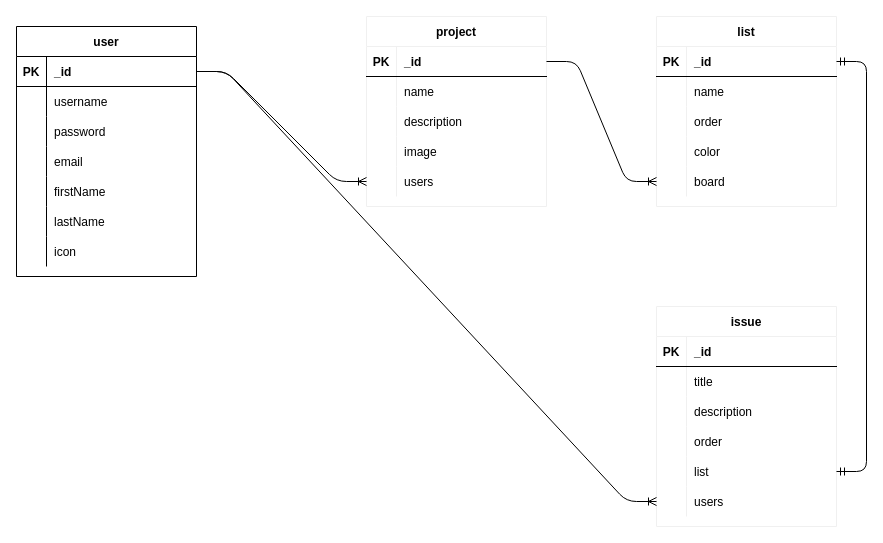
This is backend/database.drawio from Victin09/vira-project-manager, a draw.io file, before an edit. Source tidied: cells renumbered, new cells numbered last; positions are measured from the earlier drawing's top-left corner, leaving out a move shared by most shapes. Both pictures are drawn from the tidied source at 100%, with x=0, y=0 at pixel (16, 16).
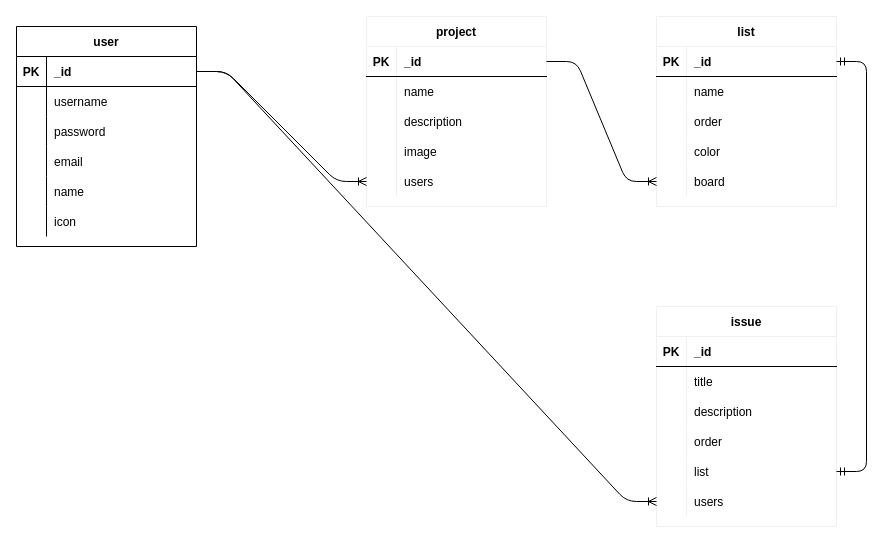
The same diagram, later.

Change to the diagram source:
```diff
@@
     <mxCell id="2" value="user" style="shape=table;startSize=30;childLayout=tableLayout;rowLines=0;fontStyle=1;align=center;" parent="1" vertex="1">
-      <mxGeometry y="10" width="180" height="250" as="geometry" />
+      <mxGeometry y="10" width="180" height="220" as="geometry" />
     </mxCell>
@@
-    <mxCell id="15" style="shape=partialRectangle;fillColor=none;top=0;left=0;bottom=0;right=0;" parent="2" vertex="1">
-      <mxGeometry y="150" width="180" height="30" as="geometry" />
-    </mxCell>
-    <mxCell id="16" style="shape=partialRectangle;fillColor=none;top=0;left=0;bottom=0;right=0;overflow=hidden;" parent="15" vertex="1">
-      <mxGeometry width="30" height="30" as="geometry" />
-    </mxCell>
-    <mxCell id="17" value="firstName" style="shape=partialRectangle;fillColor=none;top=0;left=0;bottom=0;right=0;align=left;spacingLeft=6;overflow=hidden;" parent="15" vertex="1">
-      <mxGeometry x="30" width="150" height="30" as="geometry" />
-    </mxCell>
     <mxCell id="18" style="shape=partialRectangle;fillColor=none;top=0;left=0;bottom=0;right=0;" parent="2" vertex="1">
-      <mxGeometry y="180" width="180" height="30" as="geometry" />
+      <mxGeometry y="150" width="180" height="30" as="geometry" />
     </mxCell>
@@
-    <mxCell id="20" value="lastName" style="shape=partialRectangle;fillColor=none;top=0;left=0;bottom=0;right=0;align=left;spacingLeft=6;overflow=hidden;" parent="18" vertex="1">
+    <mxCell id="20" value="name" style="shape=partialRectangle;fillColor=none;top=0;left=0;bottom=0;right=0;align=left;spacingLeft=6;overflow=hidden;" parent="18" vertex="1">
       <mxGeometry x="30" width="150" height="30" as="geometry" />
     </mxCell>
     <mxCell id="21" style="shape=partialRectangle;fillColor=none;top=0;left=0;bottom=0;right=0;" parent="2" vertex="1">
-      <mxGeometry y="210" width="180" height="30" as="geometry" />
+      <mxGeometry y="180" width="180" height="30" as="geometry" />
     </mxCell>
```
